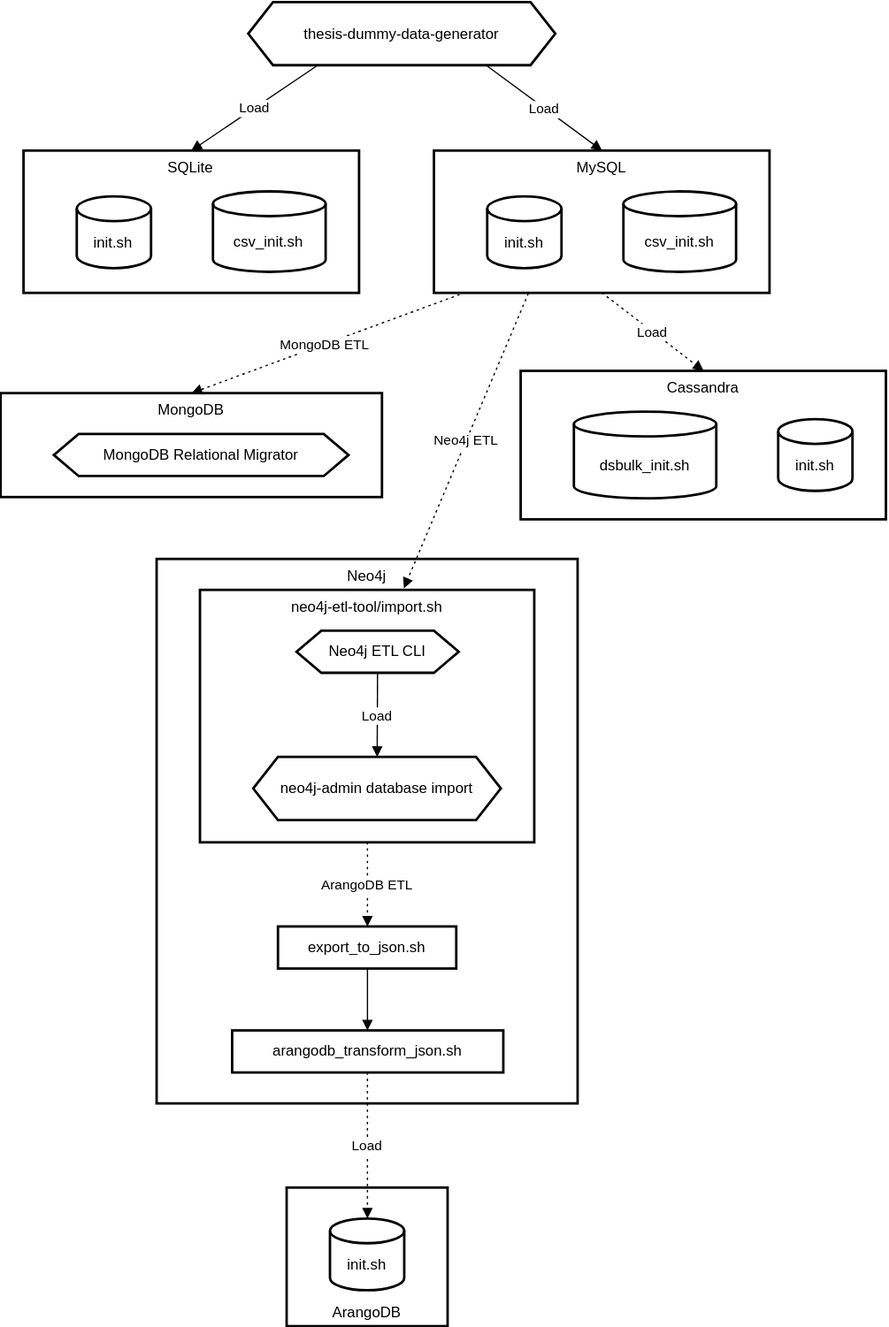
The draw.io diagram common/docs/etl-flowchart.drawio.svg in corovcam/Query-Languages-Analysis-Thesis, before a commit. Source tidied: cells renumbered, new cells last; positions are measured from the earlier drawing's top-left corner, leaving out a move shared by most shapes.
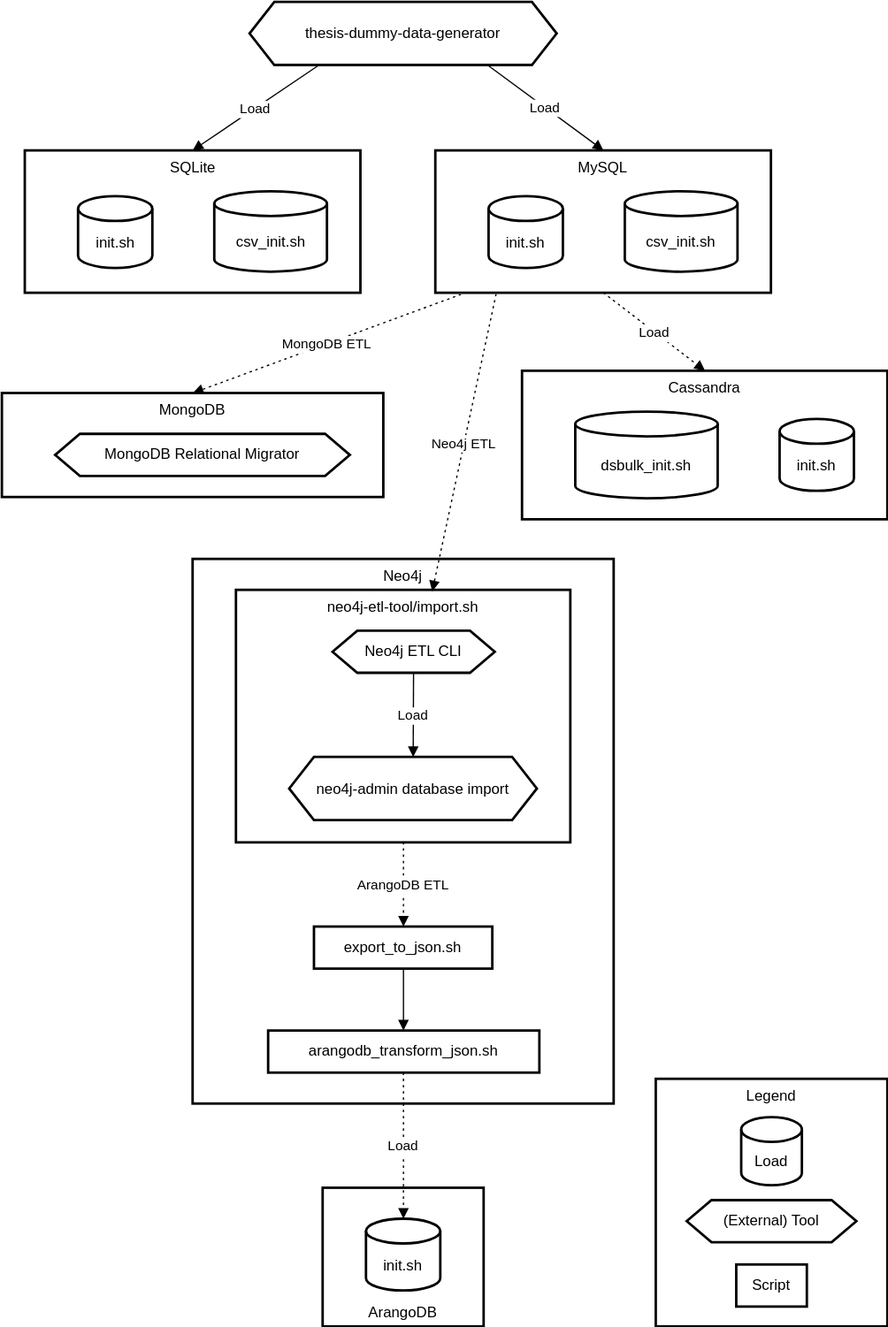
The same file after the commit.

Change to the diagram source:
```diff
@@ -3,13 +3,13 @@
     <mxCell id="0" />
     <mxCell id="1" parent="0" />
     <mxCell id="2" value="MongoDB" style="whiteSpace=wrap;strokeWidth=2;verticalAlign=top;" parent="1" vertex="1">
-      <mxGeometry y="316" width="308" height="84" as="geometry" />
+      <mxGeometry x="-28" y="316" width="308" height="84" as="geometry" />
     </mxCell>
     <mxCell id="3" value="MongoDB Relational Migrator" style="shape=hexagon;perimeter=hexagonPerimeter2;fixedSize=1;strokeWidth=2;whiteSpace=wrap;" parent="2" vertex="1">
       <mxGeometry x="43" y="33" width="238" height="34" as="geometry" />
     </mxCell>
     <mxCell id="4" value="Cassandra" style="whiteSpace=wrap;strokeWidth=2;verticalAlign=top;" parent="1" vertex="1">
-      <mxGeometry x="420" y="298" width="295" height="120" as="geometry" />
+      <mxGeometry x="392" y="298" width="295" height="120" as="geometry" />
     </mxCell>
     <mxCell id="5" value="dsbulk_init.sh" style="shape=cylinder3;boundedLbl=1;backgroundOutline=1;size=10;strokeWidth=2;whiteSpace=wrap;" parent="4" vertex="1">
       <mxGeometry x="43" y="33" width="115" height="70" as="geometry" />
@@ -45,7 +45,7 @@
       <mxGeometry x="187" y="831" width="219" height="34" as="geometry" />
     </mxCell>
     <mxCell id="16" value="SQLite" style="whiteSpace=wrap;strokeWidth=2;verticalAlign=top;" parent="1" vertex="1">
-      <mxGeometry x="18.5" y="120" width="271" height="115" as="geometry" />
+      <mxGeometry x="-9.5" y="120" width="271" height="115" as="geometry" />
     </mxCell>
     <mxCell id="17" value="init.sh" style="shape=cylinder3;boundedLbl=1;backgroundOutline=1;size=10;strokeWidth=2;whiteSpace=wrap;" parent="16" vertex="1">
       <mxGeometry x="43" y="37" width="60" height="58" as="geometry" />
@@ -54,7 +54,7 @@
       <mxGeometry x="153" y="33" width="91" height="65" as="geometry" />
     </mxCell>
     <mxCell id="19" value="MySQL" style="whiteSpace=wrap;strokeWidth=2;verticalAlign=top;" parent="1" vertex="1">
-      <mxGeometry x="350" y="120" width="271" height="115" as="geometry" />
+      <mxGeometry x="322" y="120" width="271" height="115" as="geometry" />
     </mxCell>
     <mxCell id="20" value="init.sh" style="shape=cylinder3;boundedLbl=1;backgroundOutline=1;size=10;strokeWidth=2;whiteSpace=wrap;" parent="19" vertex="1">
       <mxGeometry x="43" y="37" width="60" height="58" as="geometry" />
@@ -63,7 +63,7 @@
       <mxGeometry x="153" y="33" width="91" height="65" as="geometry" />
     </mxCell>
     <mxCell id="22" value="thesis-dummy-data-generator" style="shape=hexagon;perimeter=hexagonPerimeter2;fixedSize=1;strokeWidth=2;whiteSpace=wrap;" parent="1" vertex="1">
-      <mxGeometry x="200" width="248" height="51" as="geometry" />
+      <mxGeometry x="172" width="248" height="51" as="geometry" />
     </mxCell>
     <mxCell id="23" value="Load" style="curved=1;dashed=1;dashPattern=2 3;startArrow=none;endArrow=block;exitX=0.4989131422347674;exitY=0.9838627085966223;entryX=0.5043663024902344;entryY=0.0020344832847858296;rounded=0;" parent="1" edge="1" source="15" target="8">
       <mxGeometry relative="1" as="geometry" />
@@ -77,7 +77,7 @@
     <mxCell id="26" value="Load" style="curved=1;startArrow=none;endArrow=block;exitX=0.2237197807717416;exitY=1.0052287531834023;entryX=0.5000672287606666;entryY=-0.0005797012992527174;rounded=0;" parent="1" edge="1" source="22" target="16">
       <mxGeometry relative="1" as="geometry" />
     </mxCell>
-    <mxCell id="27" value="Neo4j ETL" style="curved=1;dashed=1;dashPattern=2 3;startArrow=none;endArrow=block;exitX=0.281;exitY=1.005;entryX=0.61;entryY=-0.006;rounded=0;exitDx=0;exitDy=0;exitPerimeter=0;entryDx=0;entryDy=0;entryPerimeter=0;" parent="1" edge="1" source="19" target="10">
+    <mxCell id="27" value="Neo4j ETL" style="curved=1;dashed=1;dashPattern=2 3;startArrow=none;endArrow=block;exitX=0.181;exitY=1.01;entryX=0.587;entryY=0.006;rounded=0;exitDx=0;exitDy=0;exitPerimeter=0;entryDx=0;entryDy=0;entryPerimeter=0;" parent="1" edge="1" source="19" target="10">
       <mxGeometry relative="1" as="geometry" />
     </mxCell>
     <mxCell id="28" value="Load" style="curved=1;dashed=1;dashPattern=2 3;startArrow=none;endArrow=block;exitX=0.5009897379857587;exitY=1.0016058216924253;entryX=0.5009092169292902;entryY=-0.0009377161661783854;rounded=0;" parent="1" edge="1" source="19" target="4">
@@ -89,5 +89,20 @@
     <mxCell id="30" value="ArangoDB ETL" style="curved=1;dashed=1;dashPattern=2 3;startArrow=none;endArrow=block;exitX=0.5009702894422743;exitY=0.997310432733274;entryX=0.5018192927042643;entryY=0.003470476935891544;rounded=0;" parent="1" edge="1" source="10" target="14">
       <mxGeometry relative="1" as="geometry" />
     </mxCell>
+    <mxCell id="31" style="group;" parent="1" vertex="1">
+      <mxGeometry x="500" y="870" width="187" height="200" as="geometry" />
+    </mxCell>
+    <mxCell id="32" value="Legend" style="whiteSpace=wrap;strokeWidth=2;verticalAlign=top;" parent="31" vertex="1">
+      <mxGeometry width="187" height="200" as="geometry" />
+    </mxCell>
+    <mxCell id="33" value="Load" style="shape=cylinder3;boundedLbl=1;backgroundOutline=1;size=10;strokeWidth=2;whiteSpace=wrap;" parent="31" vertex="1">
+      <mxGeometry x="69" y="31" width="49" height="55" as="geometry" />
+    </mxCell>
+    <mxCell id="34" value="(External) Tool" style="shape=hexagon;perimeter=hexagonPerimeter2;fixedSize=1;strokeWidth=2;whiteSpace=wrap;" parent="31" vertex="1">
+      <mxGeometry x="25" y="98" width="137" height="34" as="geometry" />
+    </mxCell>
+    <mxCell id="35" value="Script" style="whiteSpace=wrap;strokeWidth=2;" parent="31" vertex="1">
+      <mxGeometry x="65" y="150" width="57" height="34" as="geometry" />
+    </mxCell>
   </root>
 </mxGraphModel>
```
